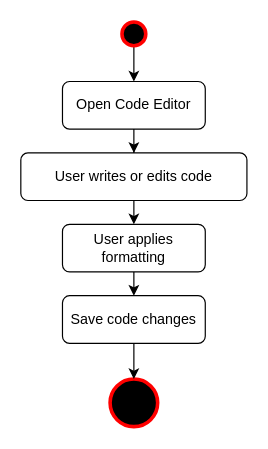
This is page "Code Editor" (6 of 15) of Activity Diagram.drawio from shamim36/Final-Defence-Diagram, a draw.io file, before an edit. Source tidied: cells renumbered, new cells numbered last; positions are measured from the earlier drawing's top-left corner, leaving out a move shared by most shapes. Both pictures are drawn from the tidied source at 119%, with x=0, y=0 at pixel (20, 21).
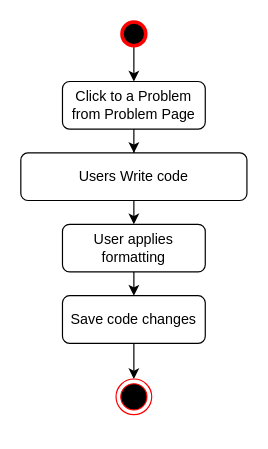
The same diagram, later.

Diff of the diagram source:
```diff
@@
 <mxGraphModel>
   <root>
     <mxCell id="0" />
     <mxCell id="1" parent="0" />
     <mxCell id="2" style="edgeStyle=orthogonalEdgeStyle;rounded=0;jettySize=auto;html=1;exitX=0.5;exitY=1;exitDx=0;exitDy=0;fontFamily=Helvetica;fontSize=12;fontColor=default;" parent="1" edge="1" source="3" target="5">
       <mxGeometry relative="1" as="geometry" />
     </mxCell>
-    <mxCell id="3" value="Open Code Editor" style="rounded=1;whiteSpace=wrap;html=1;fontSize=12;glass=0;strokeWidth=1;shadow=0;" parent="1" vertex="1">
+    <mxCell id="3" value="Click to a Problem from Problem Page" style="rounded=1;whiteSpace=wrap;html=1;fontSize=12;glass=0;strokeWidth=1;shadow=0;" parent="1" vertex="1">
       <mxGeometry x="35" y="50" width="120" height="40" as="geometry" />
     </mxCell>
     <mxCell id="4" style="edgeStyle=orthogonalEdgeStyle;rounded=0;jettySize=auto;html=1;exitX=0.5;exitY=1;exitDx=0;exitDy=0;entryX=0.5;entryY=0;entryDx=0;entryDy=0;fontFamily=Helvetica;fontSize=12;fontColor=default;" parent="1" edge="1" source="5" target="7">
       <mxGeometry relative="1" as="geometry" />
     </mxCell>
-    <mxCell id="5" value="User writes or edits code" style="rounded=1;whiteSpace=wrap;html=1;fontSize=12;glass=0;strokeWidth=1;shadow=0;" parent="1" vertex="1">
+    <mxCell id="5" value="Users Write code" style="rounded=1;whiteSpace=wrap;html=1;fontSize=12;glass=0;strokeWidth=1;shadow=0;" parent="1" vertex="1">
       <mxGeometry y="110" width="190" height="40" as="geometry" />
     </mxCell>
     <mxCell id="6" style="edgeStyle=orthogonalEdgeStyle;rounded=0;jettySize=auto;html=1;exitX=0.5;exitY=1;exitDx=0;exitDy=0;entryX=0.5;entryY=0;entryDx=0;entryDy=0;fontFamily=Helvetica;fontSize=12;fontColor=default;" parent="1" edge="1" source="7" target="11">
       <mxGeometry relative="1" as="geometry" />
     </mxCell>
     <mxCell id="7" value="User applies formatting" style="rounded=1;whiteSpace=wrap;html=1;fontSize=12;glass=0;strokeWidth=1;shadow=0;" parent="1" vertex="1">
       <mxGeometry x="35" y="170" width="120" height="40" as="geometry" />
     </mxCell>
-    <mxCell id="8" style="strokeWidth=3;html=1;shape=mxgraph.flowchart.start_2;whiteSpace=wrap;sketch=0;fillStyle=solid;strokeColor=light-dark(#FF0000,#EDEDED);align=center;verticalAlign=middle;fontFamily=Helvetica;fontSize=12;fontColor=default;fillColor=#000000;" parent="1" vertex="1">
-      <mxGeometry x="75" y="300" width="40" height="40" as="geometry" />
-    </mxCell>
     <mxCell id="9" style="edgeStyle=orthogonalEdgeStyle;rounded=0;jettySize=auto;html=1;exitX=0.5;exitY=1;exitDx=0;exitDy=0;exitPerimeter=0;fontFamily=Helvetica;fontSize=12;fontColor=default;" parent="1" edge="1" source="10" target="3">
       <mxGeometry relative="1" as="geometry" />
     </mxCell>
     <mxCell id="10" style="strokeWidth=3;html=1;shape=mxgraph.flowchart.start_2;whiteSpace=wrap;sketch=0;fillStyle=solid;strokeColor=light-dark(#FF0000,#EDEDED);align=center;verticalAlign=middle;fontFamily=Helvetica;fontSize=12;fontColor=default;fillColor=#000000;" parent="1" vertex="1">
       <mxGeometry x="85" width="20" height="20" as="geometry" />
     </mxCell>
     <mxCell id="11" value="Save code changes" style="rounded=1;whiteSpace=wrap;html=1;fontSize=12;glass=0;strokeWidth=1;shadow=0;" parent="1" vertex="1">
       <mxGeometry x="35" y="230" width="120" height="40" as="geometry" />
     </mxCell>
-    <mxCell id="12" style="edgeStyle=orthogonalEdgeStyle;rounded=0;jettySize=auto;html=1;exitX=0.5;exitY=1;exitDx=0;exitDy=0;entryX=0.5;entryY=0;entryDx=0;entryDy=0;entryPerimeter=0;fontFamily=Helvetica;fontSize=12;fontColor=default;" parent="1" edge="1" source="11" target="8">
-      <mxGeometry relative="1" as="geometry" />
+    <mxCell id="12" style="edgeStyle=orthogonalEdgeStyle;rounded=0;jettySize=auto;html=1;exitX=0.5;exitY=1;exitDx=0;exitDy=0;entryX=0.5;entryY=0;entryDx=0;entryDy=0;entryPerimeter=0;fontFamily=Helvetica;fontSize=12;fontColor=default;" parent="1" edge="1" source="11">
+      <mxGeometry relative="1" as="geometry">
+        <mxPoint x="95" y="300" as="targetPoint" />
+      </mxGeometry>
     </mxCell>
+    <mxCell id="13" style="ellipse;html=1;shape=endState;fillColor=#000000;strokeColor=#ff0000;" parent="1" vertex="1">
+      <mxGeometry x="80" y="300" width="30" height="30" as="geometry" />
+    </mxCell>
   </root>
 </mxGraphModel>
```
